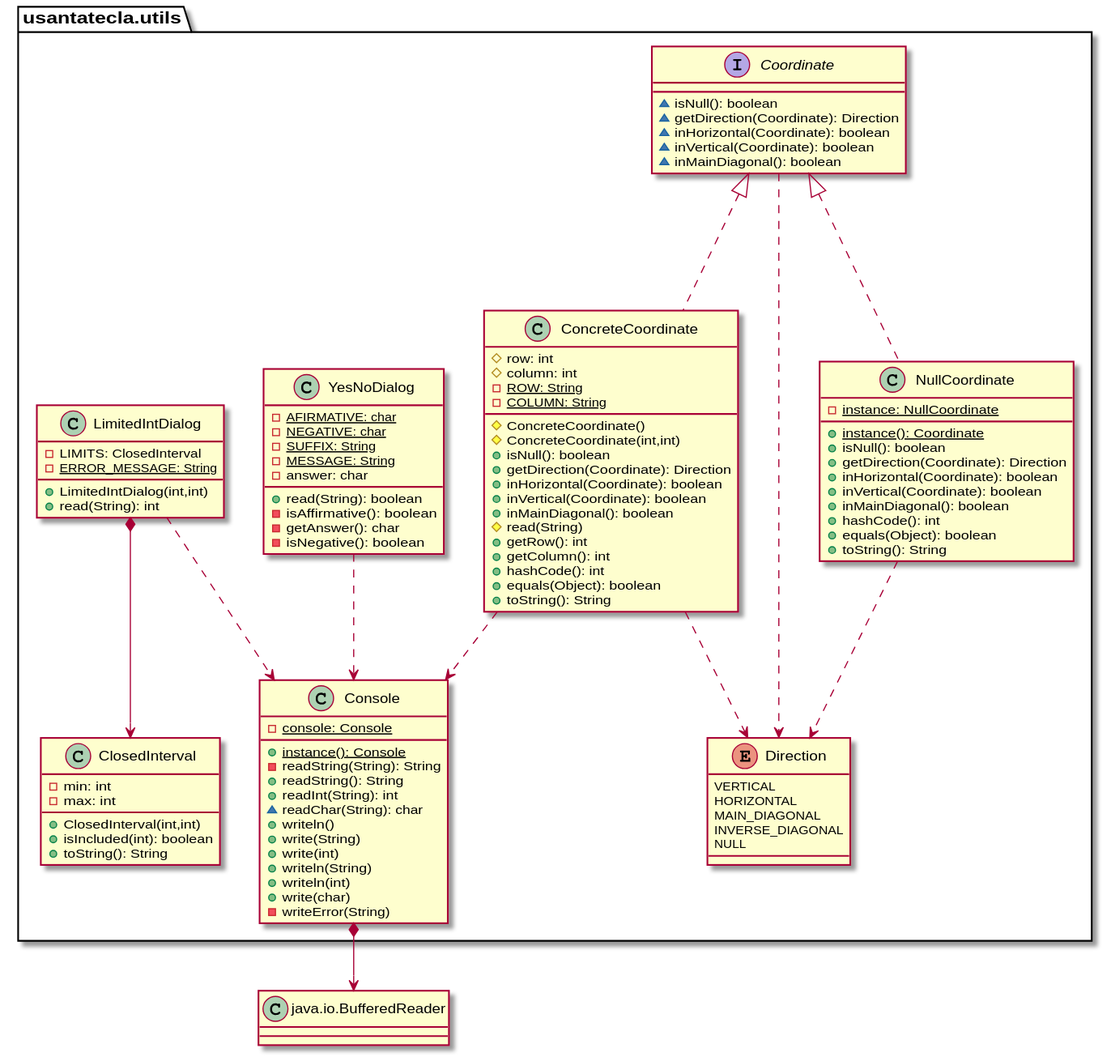
This is documentView/withFactoryMethod/docs/diagrams/out/paquetes/tictactoe.utils.svg from Jolucaa/USantaTecla-project-ticTacToe, a PlantUML export, as it was before one commit.
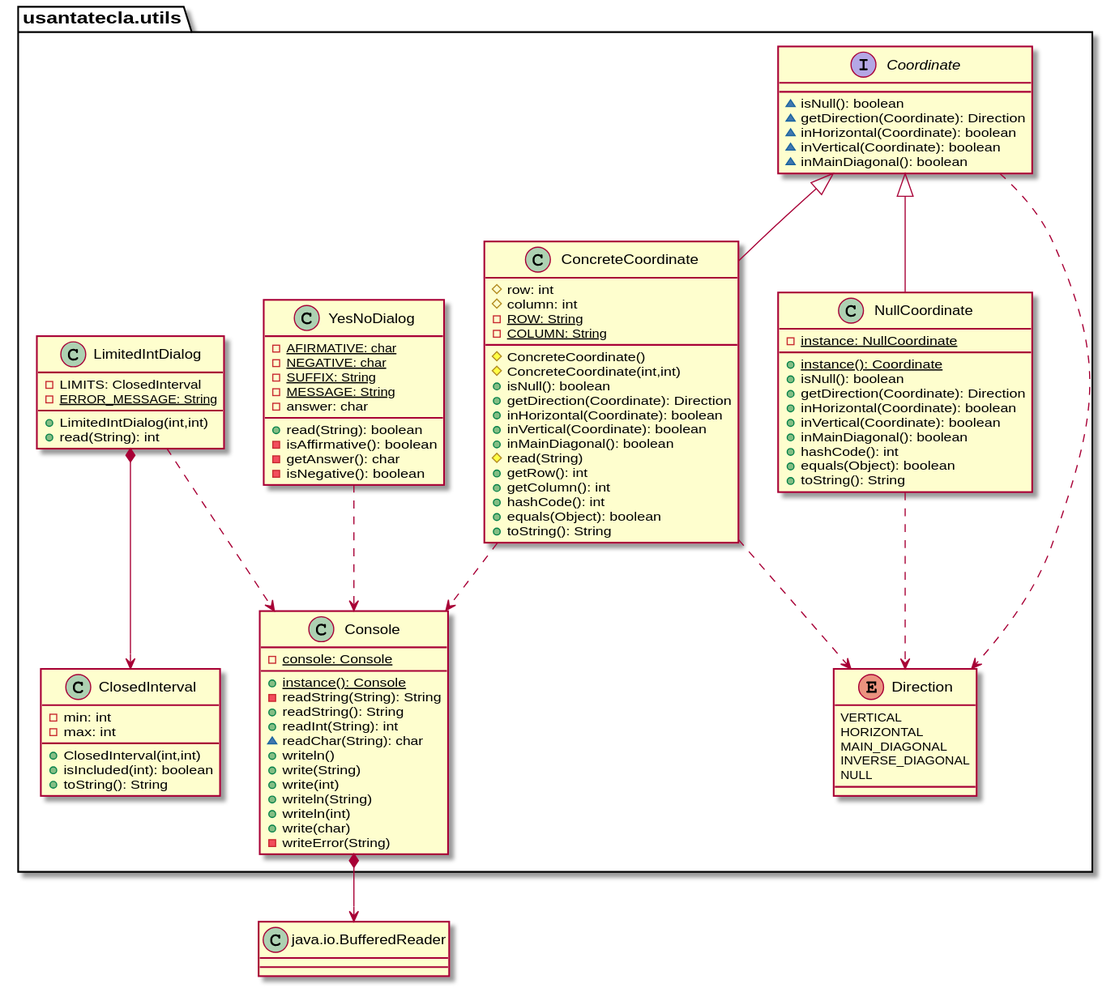
After the change.

What changed in the source:
```diff
@@ -2,107 +2,107 @@
 class BufferedReader as "java.io.BufferedReader"{}
 
 class  usantatecla.utils.ClosedInterval{
-- min: int
-- max: int
-+ ClosedInterval(int,int)
-+ isIncluded(int): boolean
-+ toString(): String
+	- min: int
+	- max: int
+	+ ClosedInterval(int,int)
+	+ isIncluded(int): boolean
+	+ toString(): String
 }
 
 class usantatecla.utils.ConcreteCoordinate{
-# row: int
-# column: int
-- {static} ROW: String
-- {static} COLUMN: String
-# ConcreteCoordinate()
-# ConcreteCoordinate(int,int)
-+ isNull(): boolean
-+ getDirection(Coordinate): Direction
-+ inHorizontal(Coordinate): boolean
-+ inVertical(Coordinate): boolean
-+ inMainDiagonal(): boolean
-# read(String)
-+ getRow(): int
-+ getColumn(): int
-+ hashCode(): int
-+ equals(Object): boolean
-+ toString(): String
+	# row: int
+	# column: int
+	- {static} ROW: String
+	- {static} COLUMN: String
+	# ConcreteCoordinate()
+	# ConcreteCoordinate(int,int)
+	+ isNull(): boolean
+	+ getDirection(Coordinate): Direction
+	+ inHorizontal(Coordinate): boolean
+	+ inVertical(Coordinate): boolean
+	+ inMainDiagonal(): boolean
+	# read(String)
+	+ getRow(): int
+	+ getColumn(): int
+	+ hashCode(): int
+	+ equals(Object): boolean
+	+ toString(): String
 }
 
-usantatecla.utils.Coordinate <|..down- usantatecla.utils.ConcreteCoordinate
-usantatecla.utils.ConcreteCoordinate ..> usantatecla.utils.Direction
-usantatecla.utils.ConcreteCoordinate ..> usantatecla.utils.Console
+usantatecla.utils.Coordinate <|-down- usantatecla.utils.ConcreteCoordinate
+usantatecla.utils.ConcreteCoordinate .down.> usantatecla.utils.Direction
+usantatecla.utils.ConcreteCoordinate .down.> usantatecla.utils.Console
 
 
 class usantatecla.utils.Console{
-- {static} console: Console
-+ {static} instance(): Console
-- readString(String): String
-+ readString(): String
-+ readInt(String): int
-~ readChar(String): char
-+ writeln()
-+ write(String)
-+ write(int)
-+ writeln(String)
-+ writeln(int)
-+ write(char)
-- writeError(String)
+	- {static} console: Console
+	+ {static} instance(): Console
+	- readString(String): String
+	+ readString(): String
+	+ readInt(String): int
+	~ readChar(String): char
+	+ writeln()
+	+ write(String)
+	+ write(int)
+	+ writeln(String)
+	+ writeln(int)
+	+ write(char)
+	- writeError(String)
 }
 usantatecla.utils.Console *-down-> BufferedReader
 
 interface usantatecla.utils.Coordinate{
-~ isNull(): boolean
-~ getDirection(Coordinate): Direction
-~ inHorizontal(Coordinate): boolean
-~ inVertical(Coordinate): boolean
-~ inMainDiagonal(): boolean
+	~ isNull(): boolean
+	~ getDirection(Coordinate): Direction
+	~ inHorizontal(Coordinate): boolean
+	~ inVertical(Coordinate): boolean
+	~ inMainDiagonal(): boolean
 }
-usantatecla.utils.Coordinate ..> usantatecla.utils.Direction
+usantatecla.utils.Coordinate .down.> usantatecla.utils.Direction
 
 enum usantatecla.utils.Direction{
-  VERTICAL
-  HORIZONTAL
-  MAIN_DIAGONAL
-  INVERSE_DIAGONAL
-  NULL
+	VERTICAL
+	HORIZONTAL
+	MAIN_DIAGONAL
+	INVERSE_DIAGONAL
+	NULL
 }
 
 class usantatecla.utils.LimitedIntDialog{
-- LIMITS: ClosedInterval
-- {static} ERROR_MESSAGE: String
-+ LimitedIntDialog(int,int)
-+ read(String): int
+	- LIMITS: ClosedInterval
+	- {static} ERROR_MESSAGE: String
+	+ LimitedIntDialog(int,int)
+	+ read(String): int
 }
 
 usantatecla.utils.LimitedIntDialog *-down-> usantatecla.utils.ClosedInterval
-usantatecla.utils.LimitedIntDialog ..> usantatecla.utils.Console
+usantatecla.utils.LimitedIntDialog .down.> usantatecla.utils.Console
 
 class usantatecla.utils.NullCoordinate{
-- {static} instance: NullCoordinate
-+ {static} instance(): Coordinate
-+ isNull(): boolean
-+ getDirection(Coordinate): Direction
-+ inHorizontal(Coordinate): boolean
-+ inVertical(Coordinate): boolean
-+ inMainDiagonal(): boolean
-+ hashCode(): int
-+ equals(Object): boolean
-+ toString(): String
+	- {static} instance: NullCoordinate
+	+ {static} instance(): Coordinate
+	+ isNull(): boolean
+	+ getDirection(Coordinate): Direction
+	+ inHorizontal(Coordinate): boolean
+	+ inVertical(Coordinate): boolean
+	+ inMainDiagonal(): boolean
+	+ hashCode(): int
+	+ equals(Object): boolean
+	+ toString(): String
 }
-usantatecla.utils.Coordinate <|..down- usantatecla.utils.NullCoordinate
-usantatecla.utils.NullCoordinate ..> usantatecla.utils.Direction
+usantatecla.utils.Coordinate <|-down- usantatecla.utils.NullCoordinate
+usantatecla.utils.NullCoordinate .down.> usantatecla.utils.Direction
 
 class usantatecla.utils.YesNoDialog{
-- {static} AFIRMATIVE: char
-- {static} NEGATIVE: char
-- {static} SUFFIX: String
-- {static} MESSAGE: String
-- answer: char
-+ read(String): boolean
-- isAffirmative(): boolean
-- getAnswer(): char
-- isNegative(): boolean
+	- {static} AFIRMATIVE: char
+	- {static} NEGATIVE: char
+	- {static} SUFFIX: String
+	- {static} MESSAGE: String
+	- answer: char
+	+ read(String): boolean
+	- isAffirmative(): boolean
+	- getAnswer(): char
+	- isNegative(): boolean
 }
-usantatecla.utils.YesNoDialog ..> usantatecla.utils.Console
+usantatecla.utils.YesNoDialog .down.> usantatecla.utils.Console
 @enduml
```
